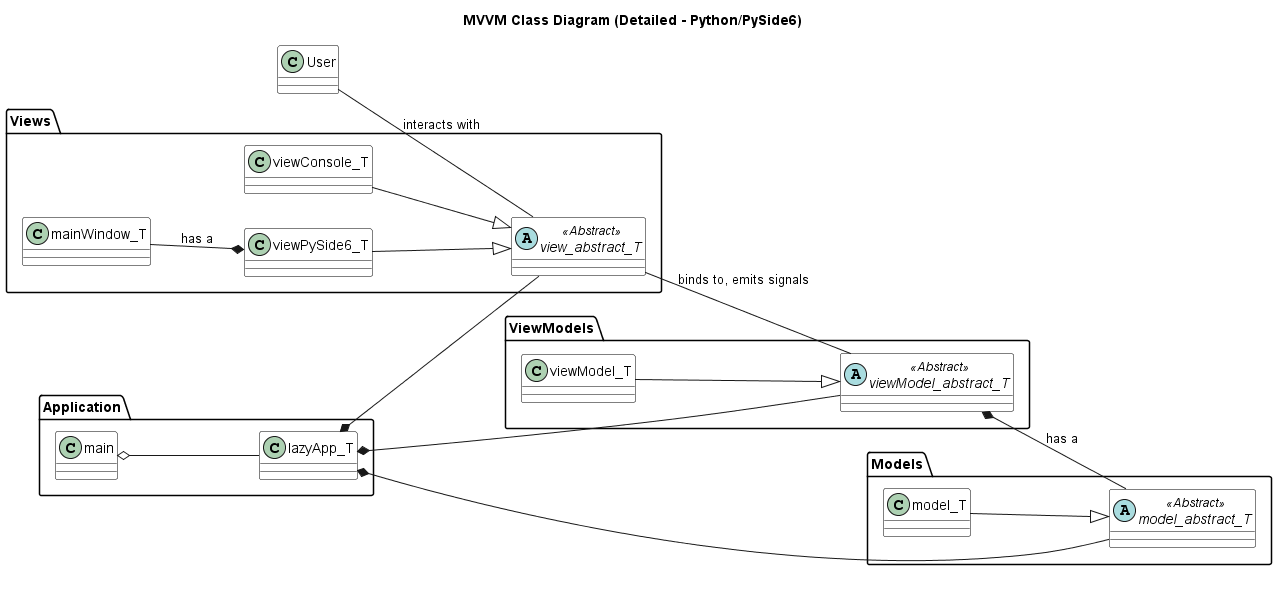
This is out/design/uml/classGeneral/MVVM Class Diagram.png from anhembedded/RsLazyApp, a PlantUML export, as it was before one commit. Its diagram source:
```plantuml
@startuml MVVM Class Diagram
title **MVVM Class Diagram (Detailed - Python/PySide6)**

left to right direction

class User {
}

package "Views" {
    abstract view_abstract_T <<Abstract>>
    class viewPySide6_T
    class viewConsole_T
    class mainWindow_T
    viewPySide6_T --|> view_abstract_T
    viewConsole_T --|> view_abstract_T
    mainWindow_T --* viewPySide6_T : has a
}

package "ViewModels" {
    abstract viewModel_abstract_T <<Abstract>>
    class viewModel_T
    viewModel_T --|> viewModel_abstract_T
}

package "Models" {
    abstract model_abstract_T <<Abstract>>
    class model_T
    model_T --|> model_abstract_T
}

package "Application" {
    class lazyApp_T
    class main
    lazyApp_T *-- view_abstract_T
    lazyApp_T *-- viewModel_abstract_T
    lazyApp_T *-- model_abstract_T
    main o-- lazyApp_T
}

User -- view_abstract_T : interacts with
view_abstract_T -- viewModel_abstract_T : binds to, emits signals
viewModel_abstract_T *-- model_abstract_T : has a


skinparam class {
    BackgroundColor White
    BorderColor Black
}
skinparam abstract{
    BackgroundColor LightGray
    BorderColor Black
    FontStyle italic
}

@enduml
```
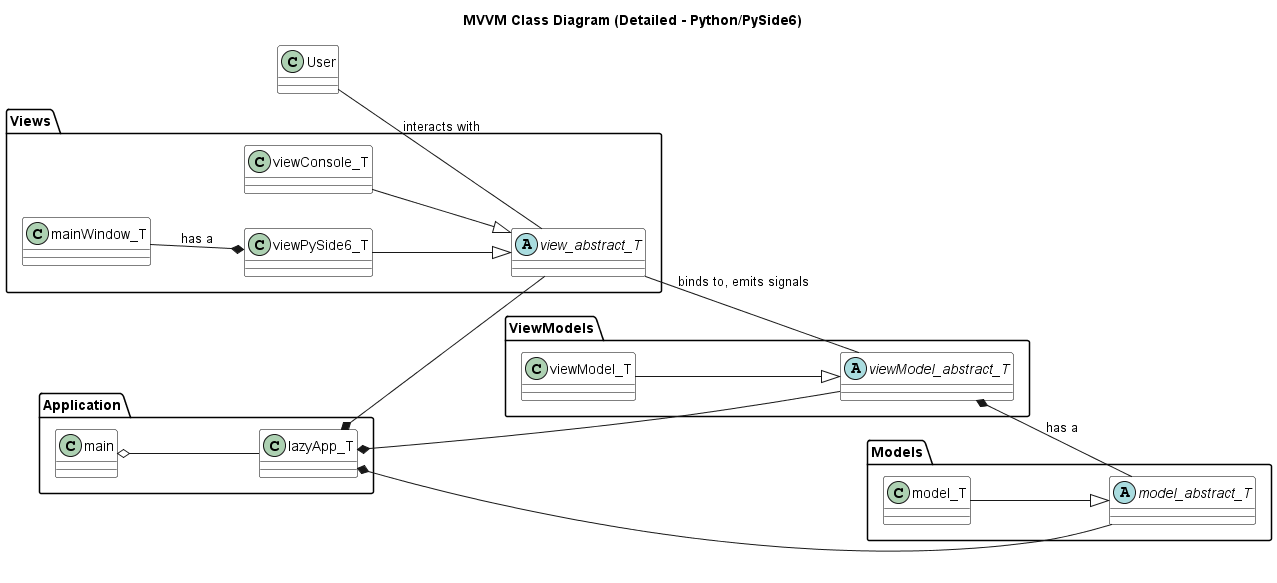
Later version of the same file.

What changed in the source:
```diff
@@ -7,7 +7,7 @@
 }
 
 package "Views" {
-    abstract view_abstract_T <<Abstract>>
+    abstract view_abstract_T
     class viewPySide6_T
     class viewConsole_T
     class mainWindow_T
@@ -17,13 +17,13 @@
 }
 
 package "ViewModels" {
-    abstract viewModel_abstract_T <<Abstract>>
+    abstract viewModel_abstract_T
     class viewModel_T
     viewModel_T --|> viewModel_abstract_T
 }
 
 package "Models" {
-    abstract model_abstract_T <<Abstract>>
+    abstract model_abstract_T
     class model_T
     model_T --|> model_abstract_T
 }
```
